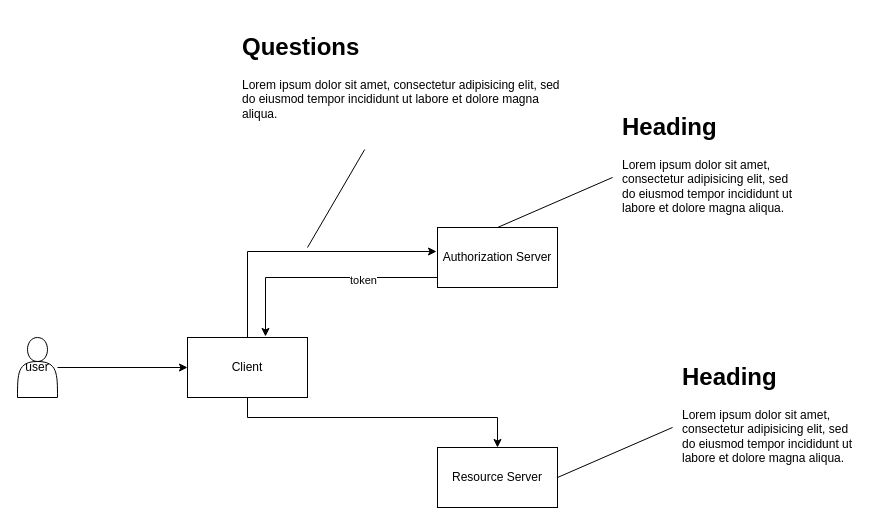
Before: Documentation/images/Chapter11/oauth.drawio in atanumallik1/SpringSecMaster, a draw.io diagram. Source tidied: cells renumbered, new cells numbered last; positions are measured from the earlier drawing's top-left corner, leaving out a move shared by most shapes. Both pictures are drawn from the tidied source at 100%, with x=0, y=0 at pixel (17, 27).
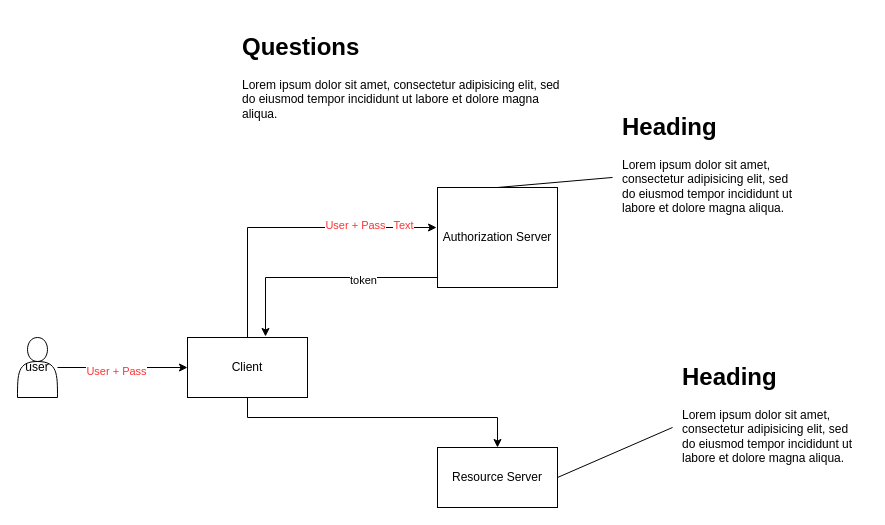
Above is the later version.

Commit message (it also covers changes not shown here):
grant type pass

Unchanged cells that the change refers to:
```xml
<mxCell id="2" style="edgeStyle=orthogonalEdgeStyle;rounded=0;jettySize=auto;html=1;entryX=0;entryY=0.5;entryDx=0;entryDy=0;" parent="1" edge="1" source="3" target="6">
  <mxGeometry relative="1" as="geometry" />
</mxCell>
<mxCell id="4" style="edgeStyle=orthogonalEdgeStyle;rounded=0;jettySize=auto;html=1;entryX=-0.008;entryY=0.4;entryDx=0;entryDy=0;entryPerimeter=0;exitX=0.5;exitY=0;exitDx=0;exitDy=0;" parent="1" edge="1" source="6" target="10">
  <mxGeometry relative="1" as="geometry" />
</mxCell>
<mxCell id="15" value="&lt;h1&gt;Questions&lt;/h1&gt;&lt;p&gt;Lorem ipsum dolor sit amet, consectetur adipisicing elit, sed do eiusmod tempor incididunt ut labore et dolore magna aliqua.&lt;/p&gt;" style="text;html=1;strokeColor=none;fillColor=none;spacing=5;spacingTop=-20;whiteSpace=wrap;overflow=hidden;rounded=0;" parent="1" vertex="1">
  <mxGeometry x="220" width="340" height="120" as="geometry" />
</mxCell>
```

What changed in the source:
```diff
@@
+    <mxCell id="17" value="User + Pass" style="edgeLabel;html=1;align=center;verticalAlign=middle;fontColor=#FF3333;" parent="2" vertex="1">
+      <mxGeometry x="-0.11" y="-3" relative="1" as="geometry" />
+    </mxCell>
@@
+    <mxCell id="18" value="&lt;font color=&quot;#ff3333&quot;&gt;User + Pass&lt;/font&gt;" style="edgeLabel;html=1;align=center;verticalAlign=middle;" parent="4" vertex="1">
+      <mxGeometry x="0.45" y="3" relative="1" as="geometry" />
+    </mxCell>
+    <mxCell id="19" value="Text" style="edgeLabel;html=1;align=center;verticalAlign=middle;fontColor=#FF3333;" parent="4" vertex="1">
+      <mxGeometry x="0.77" y="3" relative="1" as="geometry" />
+    </mxCell>
@@
     <mxCell id="10" value="Authorization Server" style="rounded=0;whiteSpace=wrap;html=1;" parent="1" vertex="1">
-      <mxGeometry x="420" y="200" width="120" height="60" as="geometry" />
+      <mxGeometry x="420" y="160" width="120" height="100" as="geometry" />
     </mxCell>
@@
-    <mxCell id="16" style="endArrow=none;html=1;entryX=0.374;entryY=1.017;entryDx=0;entryDy=0;entryPerimeter=0;" parent="1" edge="1" target="15">
-      <mxGeometry relative="1" as="geometry">
-        <mxPoint x="290" y="220" as="sourcePoint" />
-      </mxGeometry>
-    </mxCell>
```
